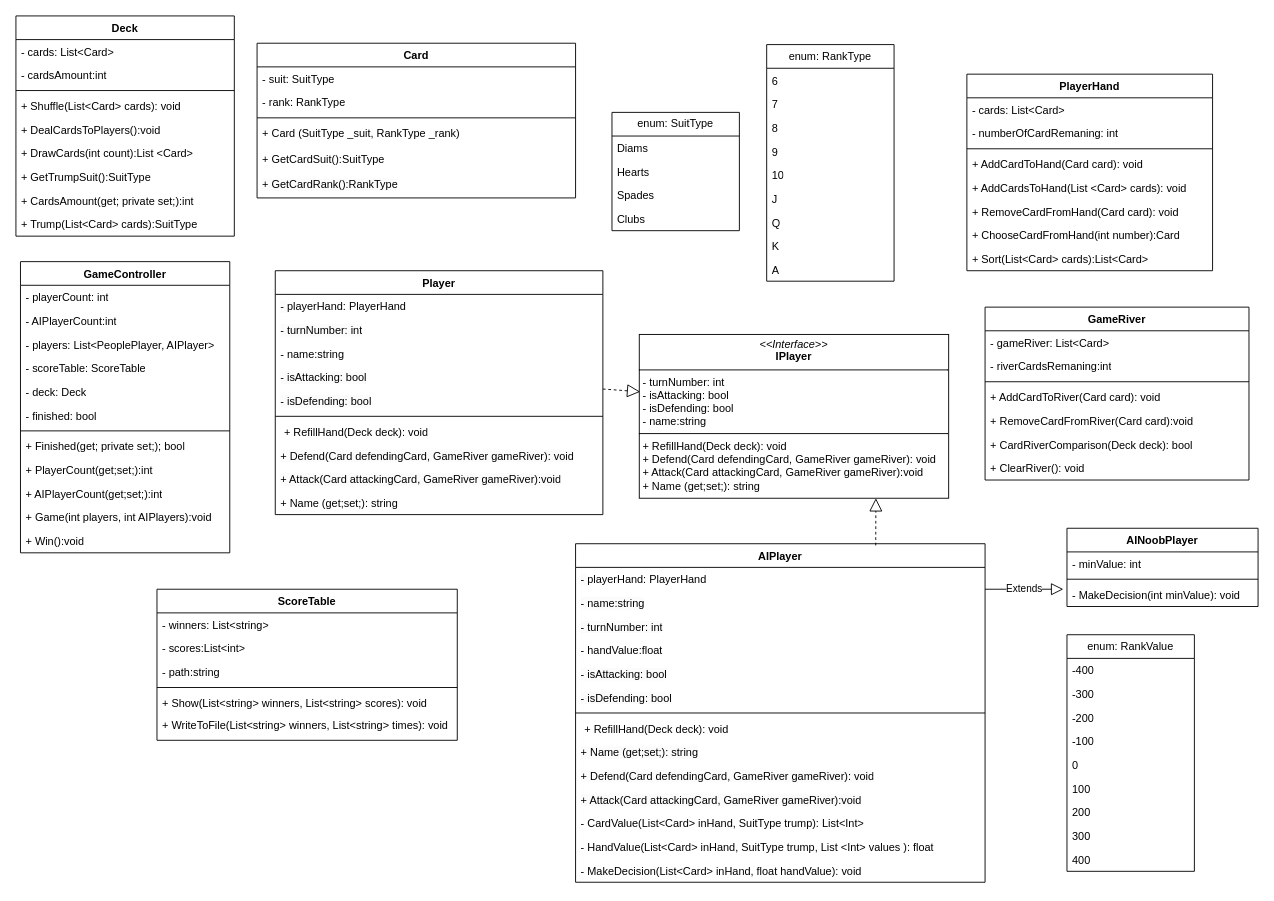
Above: Docs/ДуракМодель.drawio in Stebusha/TheFool (draw.io), before the change. Source tidied: cells renumbered, new cells numbered last; positions are measured from the earlier drawing's top-left corner, leaving out a move shared by most shapes. Both pictures are drawn from the tidied source at 91%, with x=0, y=0 at pixel (15, 15).
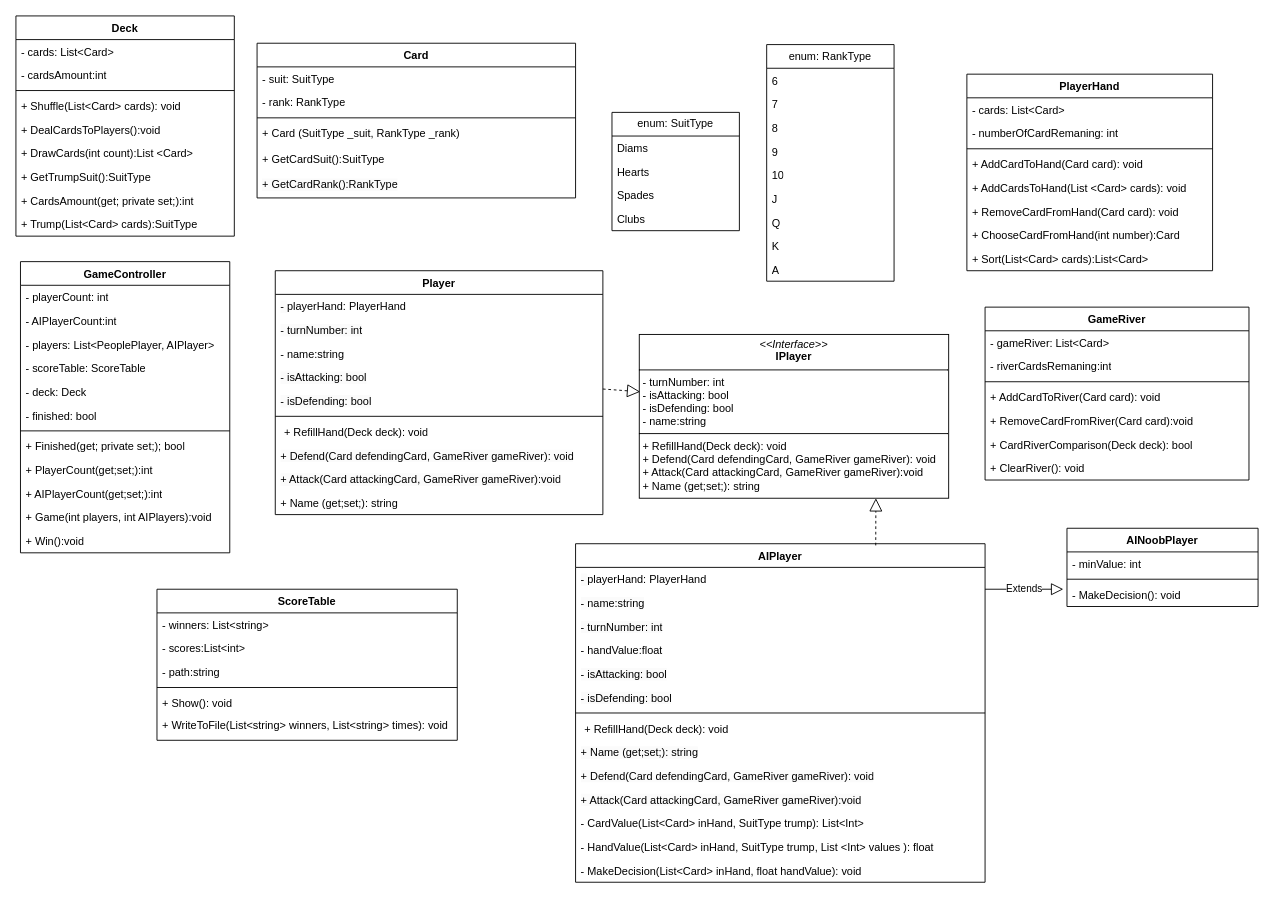
Above is the later version.

Unchanged cells that the change refers to:
```xml
<mxCell id="41" value="ScoreTable" style="swimlane;fontStyle=1;align=center;verticalAlign=top;horizontal=1;startSize=26;whiteSpace=wrap;html=1;" parent="1" vertex="1">
  <mxGeometry x="155" y="630" width="330" height="166" as="geometry" />
</mxCell>
<mxCell id="100" value="AINoobPlayer" style="swimlane;fontStyle=1;align=center;verticalAlign=top;horizontal=1;startSize=26;whiteSpace=wrap;html=1;" parent="1" vertex="1">
  <mxGeometry x="1155" y="563" width="210" height="86" as="geometry" />
</mxCell>
```

Change to the diagram source:
```diff
@@
-    <mxCell id="46" value="+ Show(List&amp;lt;string&amp;gt; winners, List&amp;lt;string&amp;gt;&amp;nbsp;scores): void" style="text;strokeColor=none;fillColor=none;align=left;verticalAlign=top;spacingLeft=4;spacingRight=4;overflow=hidden;whiteSpace=wrap;html=1;" parent="41" vertex="1">
+    <mxCell id="46" value="+ Show(): void" style="text;strokeColor=none;fillColor=none;align=left;verticalAlign=top;spacingLeft=4;spacingRight=4;overflow=hidden;whiteSpace=wrap;html=1;" parent="41" vertex="1">
       <mxGeometry y="112" width="330" height="24" as="geometry" />
     </mxCell>
@@
-    <mxCell id="103" value="- MakeDecision(int minValue): void" style="text;strokeColor=none;fillColor=none;align=left;verticalAlign=top;spacingLeft=4;spacingRight=4;overflow=hidden;points=[[0,0.5],[1,0.5]];portConstraint=eastwest;whiteSpace=wrap;html=1;" parent="100" vertex="1">
+    <mxCell id="103" value="- MakeDecision(): void" style="text;strokeColor=none;fillColor=none;align=left;verticalAlign=top;spacingLeft=4;spacingRight=4;overflow=hidden;points=[[0,0.5],[1,0.5]];portConstraint=eastwest;whiteSpace=wrap;html=1;" parent="100" vertex="1">
       <mxGeometry y="60" width="210" height="26" as="geometry" />
     </mxCell>
-    <mxCell id="104" value="enum: RankValue" style="swimlane;fontStyle=0;horizontal=1;startSize=26;fillColor=none;whiteSpace=wrap;html=1;align=center;" parent="1" vertex="1">
-      <mxGeometry x="1155" y="680" width="140" height="260" as="geometry" />
-    </mxCell>
-    <mxCell id="105" value="-400" style="text;strokeColor=none;fillColor=none;align=left;verticalAlign=top;spacingLeft=4;spacingRight=4;overflow=hidden;whiteSpace=wrap;html=1;" parent="104" vertex="1">
-      <mxGeometry y="26" width="140" height="26" as="geometry" />
-    </mxCell>
-    <mxCell id="106" value="-300" style="text;strokeColor=none;fillColor=none;align=left;verticalAlign=top;spacingLeft=4;spacingRight=4;overflow=hidden;whiteSpace=wrap;html=1;" parent="104" vertex="1">
-      <mxGeometry y="52" width="140" height="26" as="geometry" />
-    </mxCell>
-    <mxCell id="107" value="-200" style="text;strokeColor=none;fillColor=none;align=left;verticalAlign=top;spacingLeft=4;spacingRight=4;overflow=hidden;whiteSpace=wrap;html=1;" parent="104" vertex="1">
-      <mxGeometry y="78" width="140" height="26" as="geometry" />
-    </mxCell>
-    <mxCell id="108" value="-100" style="text;strokeColor=none;fillColor=none;align=left;verticalAlign=top;spacingLeft=4;spacingRight=4;overflow=hidden;whiteSpace=wrap;html=1;" parent="104" vertex="1">
-      <mxGeometry y="104" width="140" height="26" as="geometry" />
-    </mxCell>
-    <mxCell id="109" value="0" style="text;strokeColor=none;fillColor=none;align=left;verticalAlign=top;spacingLeft=4;spacingRight=4;overflow=hidden;whiteSpace=wrap;html=1;" parent="104" vertex="1">
-      <mxGeometry y="130" width="140" height="26" as="geometry" />
-    </mxCell>
-    <mxCell id="110" value="100" style="text;strokeColor=none;fillColor=none;align=left;verticalAlign=top;spacingLeft=4;spacingRight=4;overflow=hidden;whiteSpace=wrap;html=1;" parent="104" vertex="1">
-      <mxGeometry y="156" width="140" height="26" as="geometry" />
-    </mxCell>
-    <mxCell id="111" value="200" style="text;strokeColor=none;fillColor=none;align=left;verticalAlign=top;spacingLeft=4;spacingRight=4;overflow=hidden;whiteSpace=wrap;html=1;" parent="104" vertex="1">
-      <mxGeometry y="182" width="140" height="26" as="geometry" />
-    </mxCell>
-    <mxCell id="112" value="300" style="text;strokeColor=none;fillColor=none;align=left;verticalAlign=top;spacingLeft=4;spacingRight=4;overflow=hidden;whiteSpace=wrap;html=1;" parent="104" vertex="1">
-      <mxGeometry y="208" width="140" height="26" as="geometry" />
-    </mxCell>
-    <mxCell id="113" value="400" style="text;strokeColor=none;fillColor=none;align=left;verticalAlign=top;spacingLeft=4;spacingRight=4;overflow=hidden;whiteSpace=wrap;html=1;" parent="104" vertex="1">
-      <mxGeometry y="234" width="140" height="26" as="geometry" />
-    </mxCell>
```
